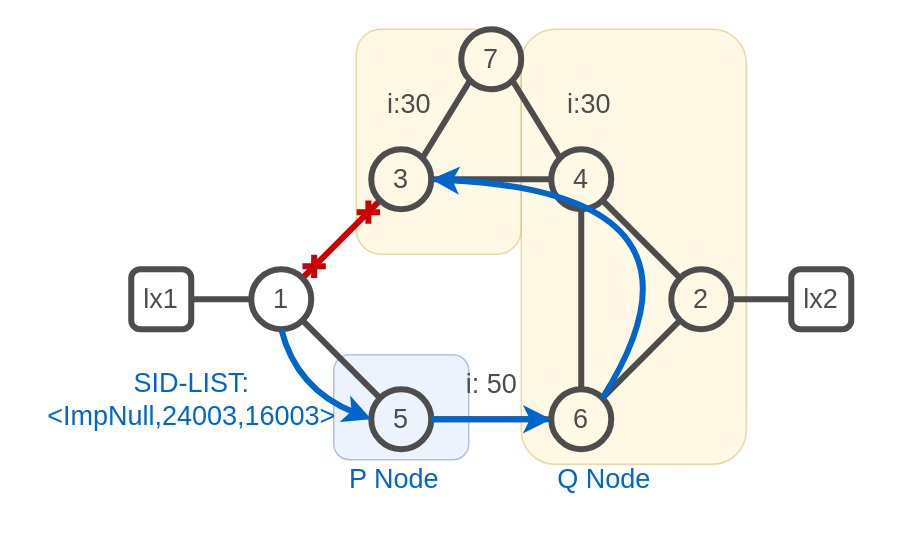
Before: page "5" (5 of 11) of images/lab-topologies.drawio in IntuitiveSoft-net/sr-lab, a draw.io diagram. Source tidied: cells renumbered, new cells numbered last; positions are measured from the earlier drawing's top-left corner, leaving out a move shared by most shapes. Both pictures are drawn from the tidied source at 150%, with x=0, y=0 at pixel (26, 28).
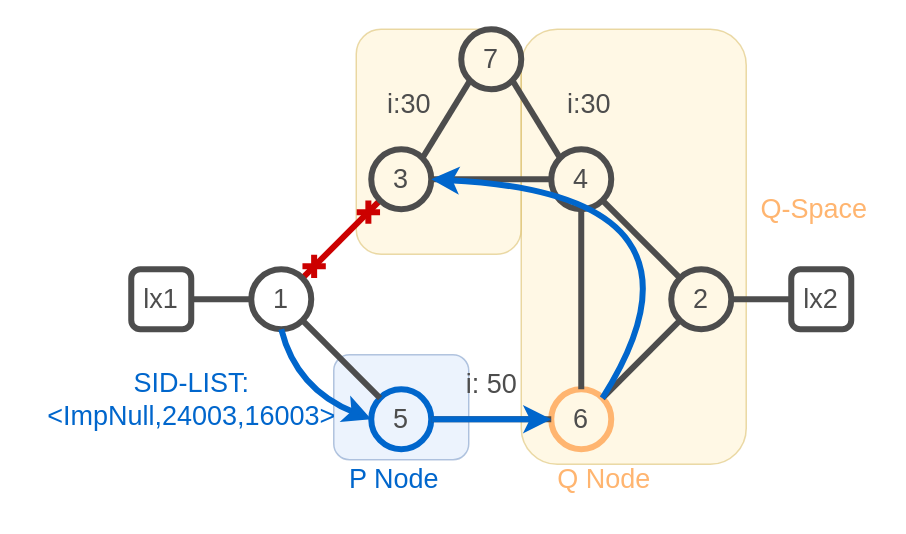
Above is the later version.

What changed in the source:
```diff
@@
-    <mxCell id="3" style="rounded=1;whiteSpace=wrap;html=1;strokeColor=#d6b656;fillColor=#fff2cc;opacity=50;" parent="1" vertex="1">
+    <mxCell id="3" style="rounded=1;whiteSpace=wrap;html=1;strokeColor=#d6b656;fillColor=#fff2cc;opacity=50;arcSize=16;" parent="1" vertex="1">
       <mxGeometry x="330" width="150" height="290" as="geometry" />
     </mxCell>
@@
-    <mxCell id="10" value="&lt;font color=&quot;#4d4d4d&quot; style=&quot;font-size: 18px;&quot;&gt;5&lt;/font&gt;" style="ellipse;whiteSpace=wrap;html=1;strokeWidth=4;shadow=0;gradientColor=default;fillColor=none;strokeColor=#4D4D4D;" parent="1" vertex="1">
+    <mxCell id="10" value="&lt;font color=&quot;#4d4d4d&quot; style=&quot;font-size: 18px;&quot;&gt;5&lt;/font&gt;" style="ellipse;whiteSpace=wrap;html=1;strokeWidth=4;shadow=0;gradientColor=default;fillColor=none;strokeColor=#0066CC;" parent="1" vertex="1">
       <mxGeometry x="230" y="240" width="40" height="40" as="geometry" />
     </mxCell>
-    <mxCell id="11" value="&lt;font color=&quot;#4d4d4d&quot; style=&quot;font-size: 18px;&quot;&gt;6&lt;/font&gt;" style="ellipse;whiteSpace=wrap;html=1;strokeWidth=4;shadow=0;gradientColor=default;fillColor=none;strokeColor=#4D4D4D;" parent="1" vertex="1">
+    <mxCell id="11" value="&lt;font color=&quot;#4d4d4d&quot; style=&quot;font-size: 18px;&quot;&gt;6&lt;/font&gt;" style="ellipse;whiteSpace=wrap;html=1;strokeWidth=4;shadow=0;gradientColor=default;fillColor=none;strokeColor=#FFB570;" parent="1" vertex="1">
       <mxGeometry x="350" y="240" width="40" height="40" as="geometry" />
     </mxCell>
@@
-    <mxCell id="29" value="Q Node" style="text;html=1;align=center;verticalAlign=middle;strokeColor=none;fillColor=none;fontSize=18;fontColor=#0066CC;" parent="1" vertex="1">
+    <mxCell id="29" value="&lt;font color=&quot;#ffb570&quot;&gt;Q Node&lt;/font&gt;" style="text;html=1;align=center;verticalAlign=middle;strokeColor=none;fillColor=none;fontSize=18;fontColor=#0066CC;" parent="1" vertex="1">
       <mxGeometry x="340" y="280" width="90" height="40" as="geometry" />
     </mxCell>
@@
+    <mxCell id="34" value="&lt;span style=&quot;font-size: 18px;&quot;&gt;&lt;font color=&quot;#ffb570&quot;&gt;Q-Space&lt;/font&gt;&lt;/span&gt;" style="text;html=1;align=center;verticalAlign=middle;strokeColor=none;fillColor=none;" parent="1" vertex="1">
+      <mxGeometry x="480" y="100" width="90" height="40" as="geometry" />
+    </mxCell>
```
